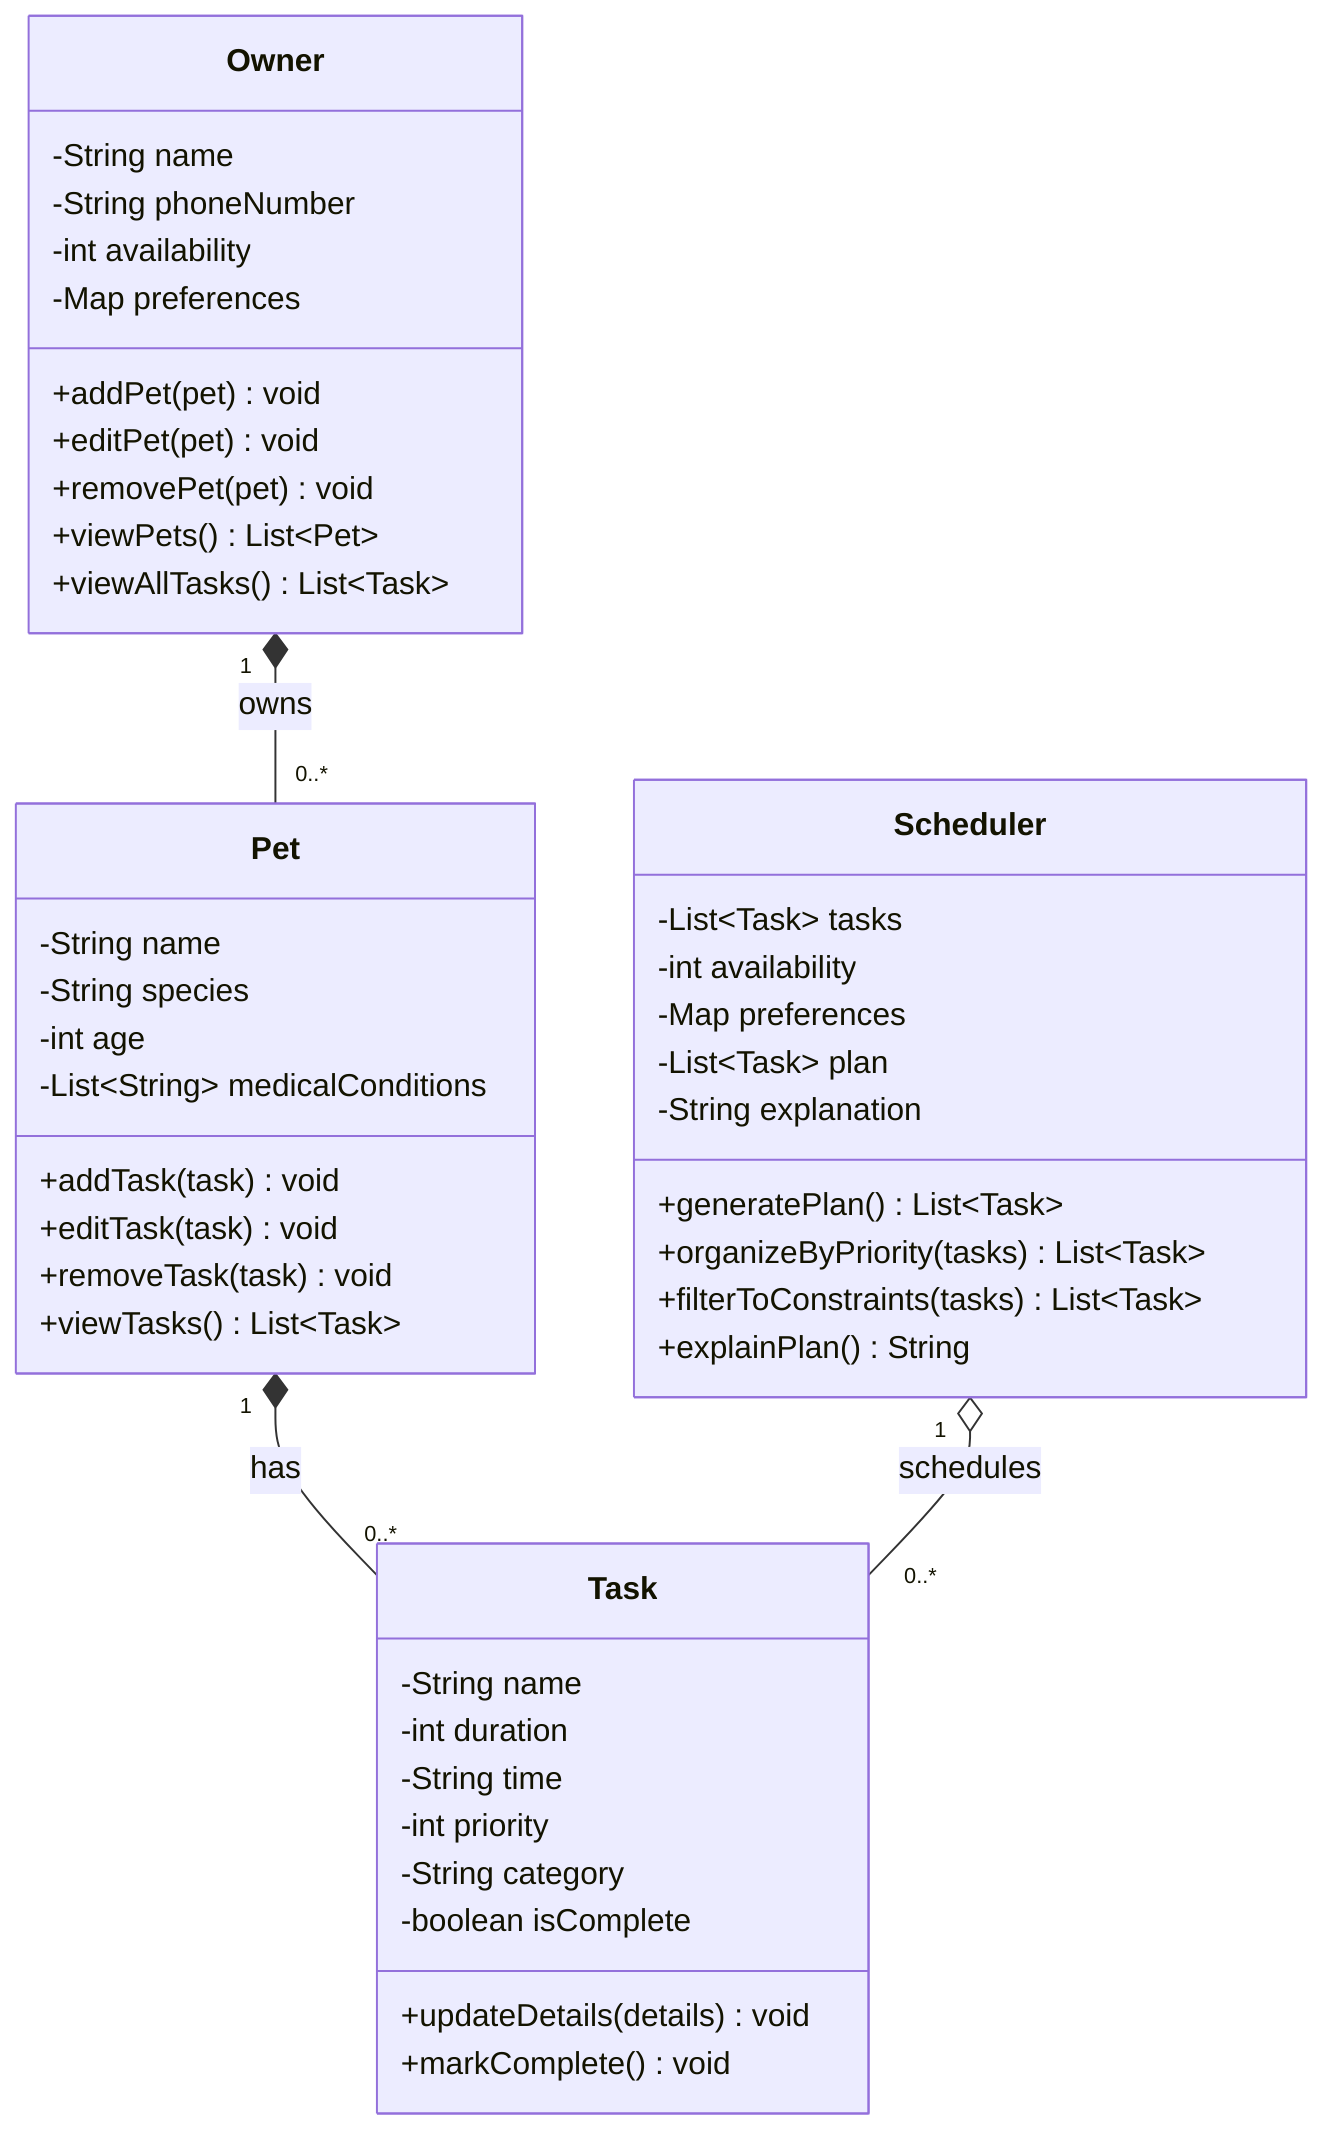
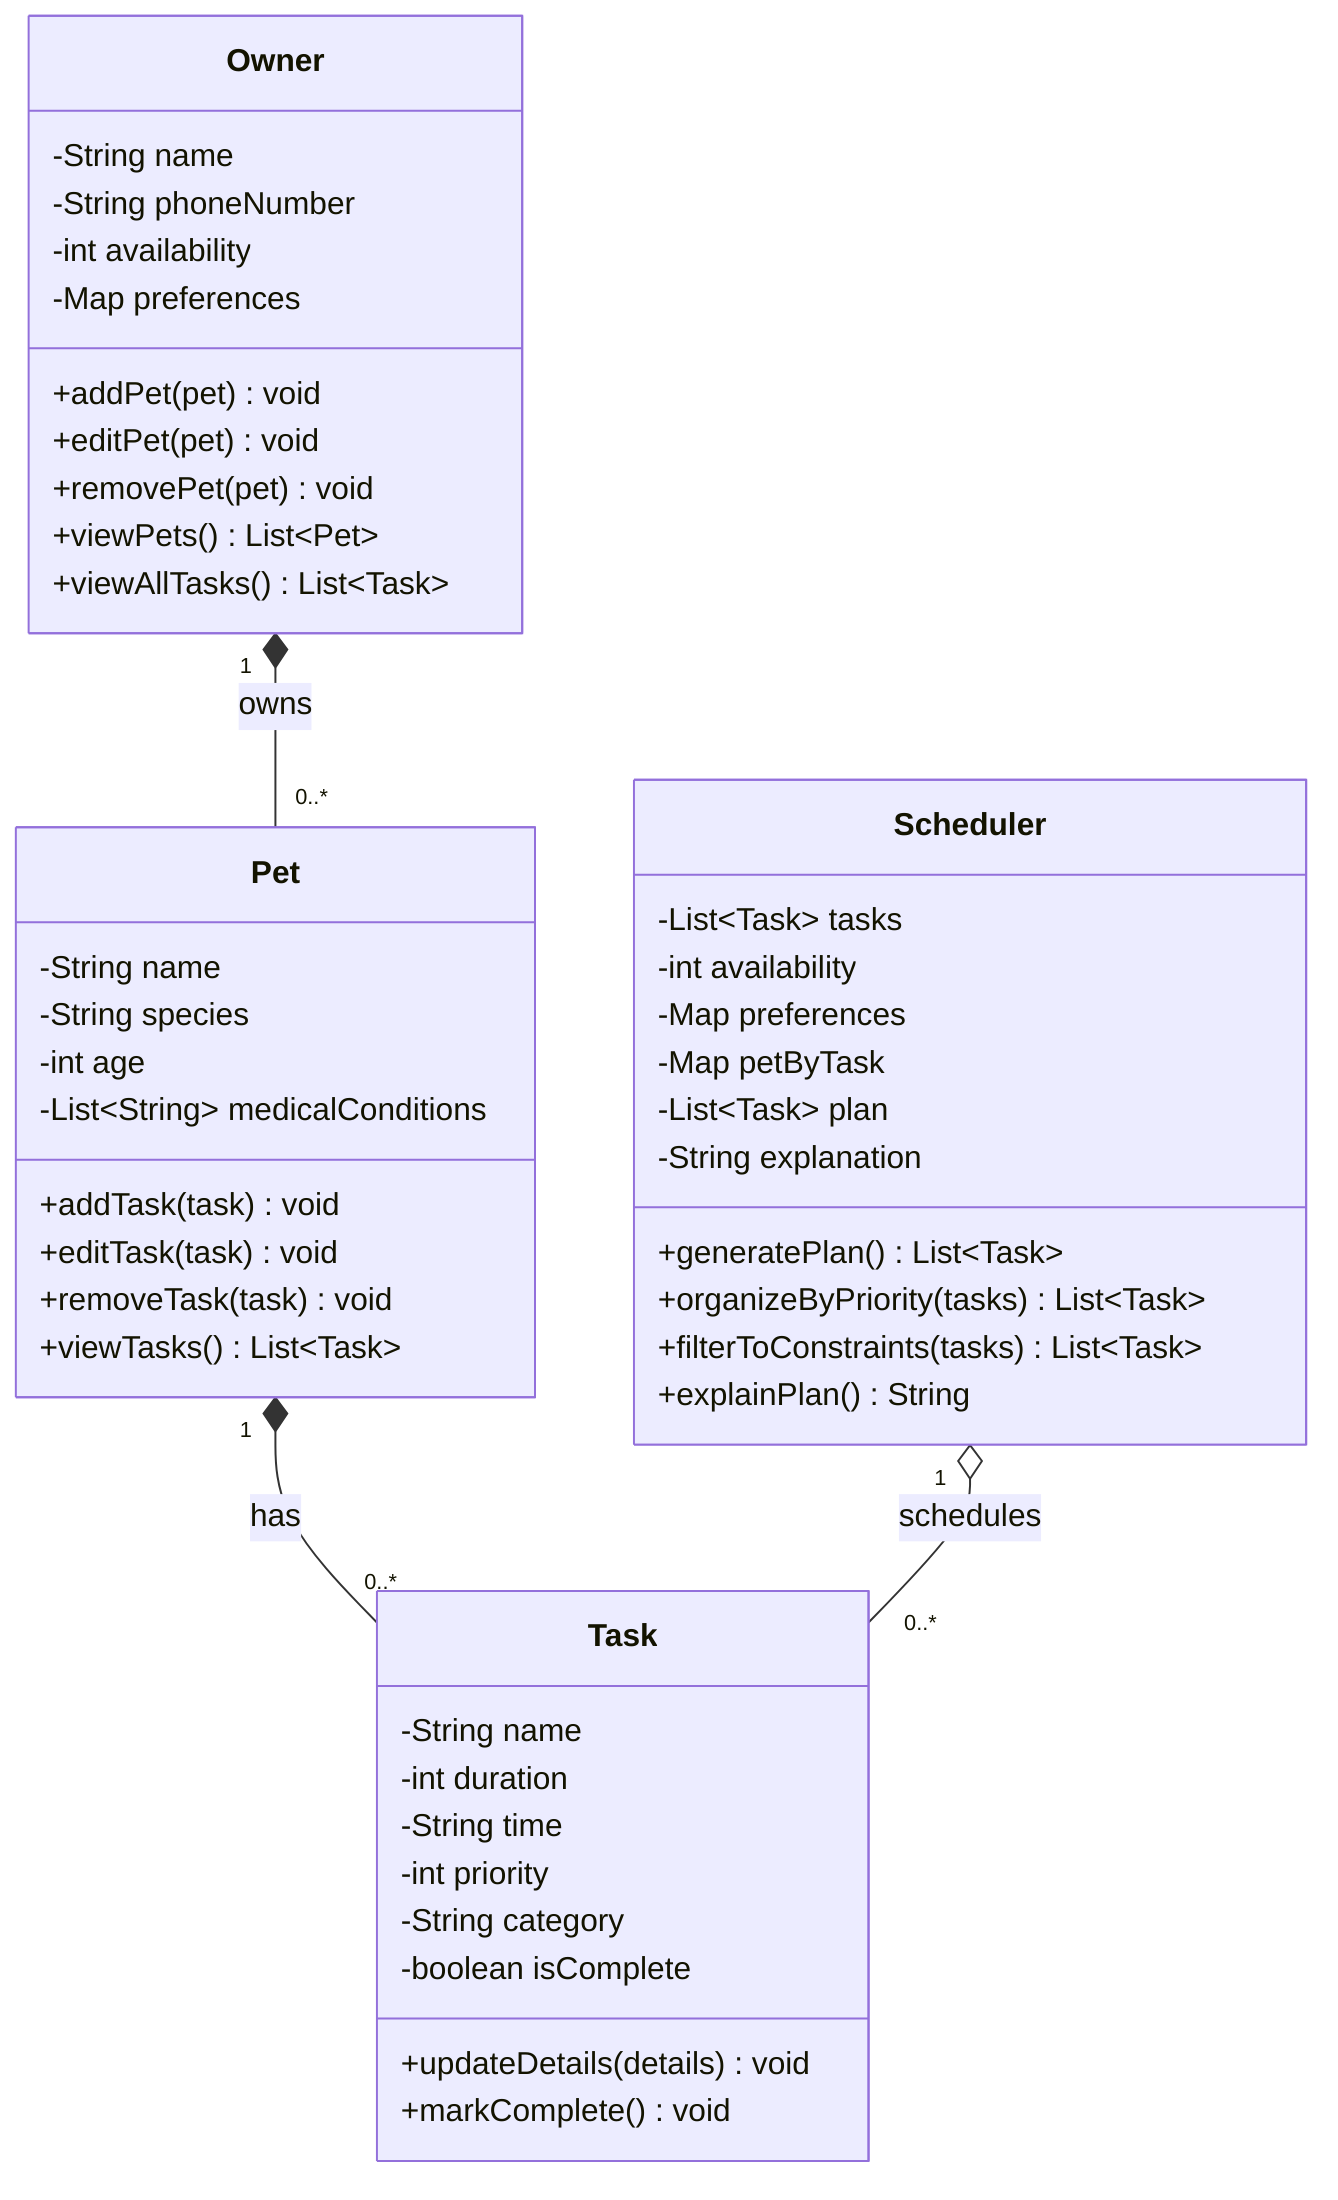
classDiagram
    class Owner {
        -String name
        -String phoneNumber
        -int availability
        -Map preferences
        +addPet(pet) void
        +editPet(pet) void
        +removePet(pet) void
        +viewPets() List~Pet~
        +viewAllTasks() List~Task~
    }

    class Pet {
        -String name
        -String species
        -int age
        -List~String~ medicalConditions
        +addTask(task) void
        +editTask(task) void
        +removeTask(task) void
        +viewTasks() List~Task~
    }

    class Task {
        -String name
        -int duration
        -String time
        -int priority
        -String category
        -boolean isComplete
        +updateDetails(details) void
        +markComplete() void
    }

    class Scheduler {
        -List~Task~ tasks
        -int availability
        -Map preferences
+         -Map petByTask
        -List~Task~ plan
        -String explanation
        +generatePlan() List~Task~
        +organizeByPriority(tasks) List~Task~
        +filterToConstraints(tasks) List~Task~
        +explainPlan() String
    }

    Owner "1" *-- "0..*" Pet : owns
    Pet "1" *-- "0..*" Task : has
    Scheduler "1" o-- "0..*" Task : schedules
